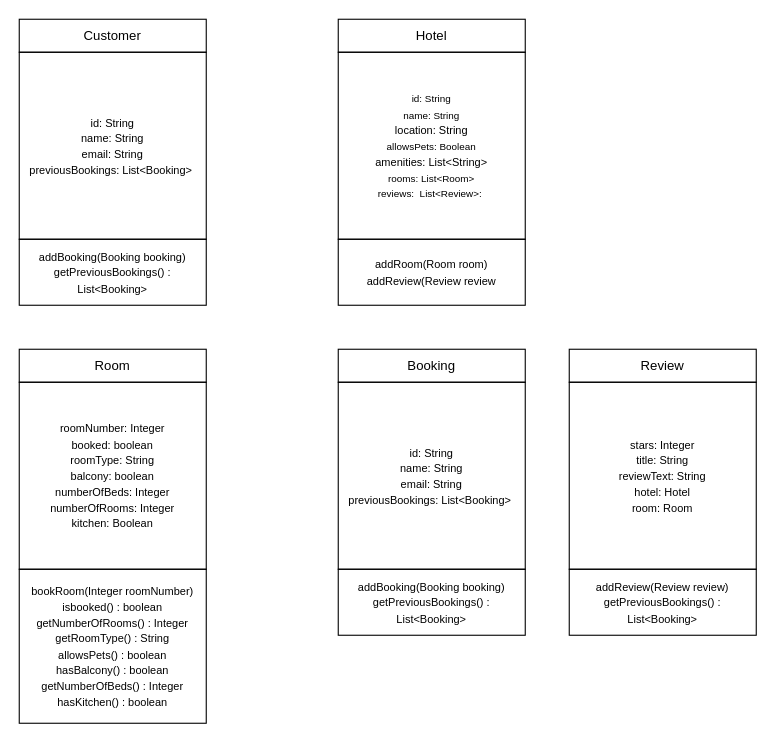
Before: V2/Domain module.drawio in rthor997/HBV401G-Throun_hugbunathar, a draw.io diagram. Source tidied: cells renumbered, new cells numbered last; positions are measured from the earlier drawing's top-left corner, leaving out a move shared by most shapes. Both pictures are drawn from the tidied source at 110%, with x=0, y=0 at pixel (19, 19).
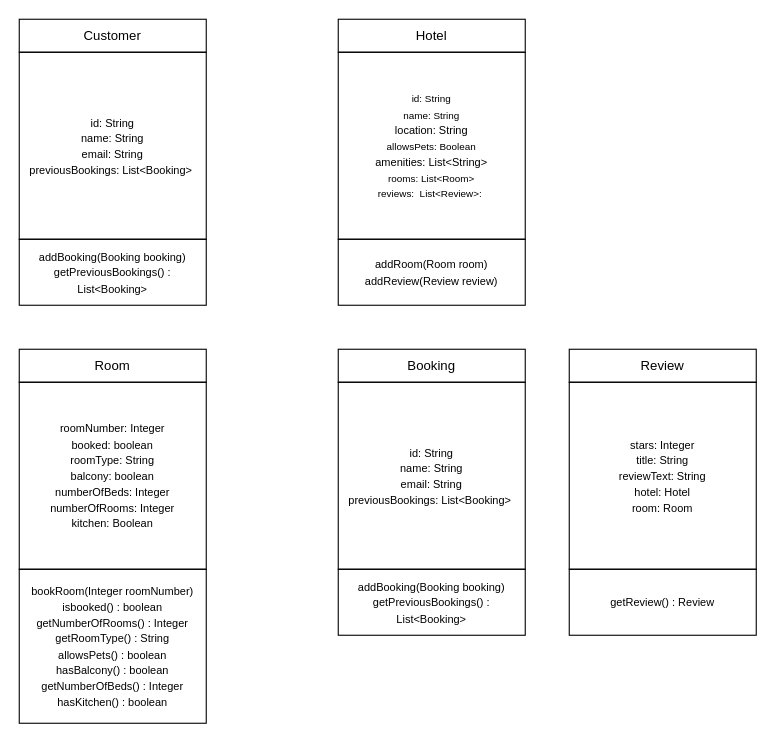
The same diagram, later.

Commit message:
Klárað Review klasann

Diff of the diagram source:
```diff
@@
 <mxGraphModel>
   <root>
     <mxCell id="0" />
     <mxCell id="1" parent="0" />
     <mxCell id="2" value="&lt;font style=&quot;font-size: 10px;&quot;&gt;id: String&lt;/font&gt;&lt;div&gt;&lt;font style=&quot;font-size: 10px;&quot;&gt;&lt;font style=&quot;&quot;&gt;name: String&lt;/font&gt;&lt;br&gt;&lt;/font&gt;&lt;div&gt;&lt;font style=&quot;font-size: 10px;&quot;&gt;email: String&lt;/font&gt;&lt;/div&gt;&lt;div&gt;&lt;font style=&quot;font-size: 10px;&quot;&gt;&lt;span style=&quot;background-color: transparent; color: light-dark(rgb(0, 0, 0), rgb(255, 255, 255));&quot;&gt;previousBookings: List&amp;lt;Booking&amp;gt;&lt;/span&gt;&amp;nbsp;&lt;/font&gt;&lt;/div&gt;&lt;/div&gt;" style="whiteSpace=wrap;html=1;" parent="1" vertex="1">
       <mxGeometry y="30" width="170" height="170" as="geometry" />
     </mxCell>
     <mxCell id="3" value="Customer" style="text;html=1;whiteSpace=wrap;strokeColor=default;fillColor=none;align=center;verticalAlign=middle;rounded=0;" parent="1" vertex="1">
       <mxGeometry width="170" height="30" as="geometry" />
     </mxCell>
     <mxCell id="4" value="&lt;font face=&quot;Helvetica&quot; style=&quot;font-size: 10px;&quot;&gt;addBooking(Booking booking)&lt;/font&gt;&lt;div&gt;&lt;font style=&quot;font-size: 10px;&quot; face=&quot;Helvetica&quot;&gt;getPreviousBookings() : List&amp;lt;Booking&amp;gt;&lt;/font&gt;&lt;span style=&quot;font-family: monospace; font-size: 9px;&quot;&gt;&lt;/span&gt;&lt;/div&gt;" style="text;html=1;whiteSpace=wrap;strokeColor=default;fillColor=none;align=center;verticalAlign=middle;rounded=0;" parent="1" vertex="1">
       <mxGeometry y="200" width="170" height="60" as="geometry" />
     </mxCell>
     <mxCell id="5" value="&lt;font style=&quot;font-size: 9px;&quot;&gt;id: String&lt;/font&gt;&lt;div&gt;&lt;font style=&quot;&quot;&gt;&lt;font style=&quot;font-size: 9px;&quot;&gt;name: String&lt;/font&gt;&lt;/font&gt;&lt;/div&gt;&lt;div&gt;&lt;font style=&quot;&quot;&gt;&lt;font size=&quot;1&quot;&gt;location: String&lt;/font&gt;&lt;/font&gt;&lt;/div&gt;&lt;div&gt;&lt;font style=&quot;font-size: 9px;&quot;&gt;allowsPets: Boolean&lt;/font&gt;&lt;/div&gt;&lt;div&gt;&lt;font style=&quot;&quot;&gt;&lt;font size=&quot;1&quot;&gt;amenities: List&amp;lt;String&amp;gt;&lt;br&gt;&lt;/font&gt;&lt;/font&gt;&lt;div&gt;&lt;font style=&quot;font-size: 9px;&quot;&gt;rooms: List&amp;lt;Room&amp;gt;&lt;/font&gt;&lt;/div&gt;&lt;div&gt;&lt;font style=&quot;font-size: 9px;&quot;&gt;&lt;span style=&quot;background-color: transparent; color: light-dark(rgb(0, 0, 0), rgb(255, 255, 255));&quot;&gt;reviews:&amp;nbsp; List&amp;lt;Review&amp;gt;&lt;/span&gt;:&amp;nbsp;&lt;/font&gt;&lt;/div&gt;&lt;/div&gt;" style="whiteSpace=wrap;html=1;" parent="1" vertex="1">
       <mxGeometry x="290" y="30" width="170" height="170" as="geometry" />
     </mxCell>
     <mxCell id="6" value="Hotel" style="text;html=1;whiteSpace=wrap;strokeColor=default;fillColor=none;align=center;verticalAlign=middle;rounded=0;" parent="1" vertex="1">
       <mxGeometry x="290" width="170" height="30" as="geometry" />
     </mxCell>
-    <mxCell id="7" value="&lt;font face=&quot;Helvetica&quot; style=&quot;font-size: 10px;&quot;&gt;addRoom(Room room)&lt;/font&gt;&lt;div&gt;&lt;font size=&quot;1&quot; face=&quot;Helvetica&quot;&gt;addReview(Review review&lt;/font&gt;&lt;/div&gt;" style="text;html=1;whiteSpace=wrap;strokeColor=default;fillColor=none;align=center;verticalAlign=middle;rounded=0;" parent="1" vertex="1">
+    <mxCell id="7" value="&lt;font face=&quot;Helvetica&quot; style=&quot;font-size: 10px;&quot;&gt;addRoom(Room room)&lt;/font&gt;&lt;div&gt;&lt;font size=&quot;1&quot; face=&quot;Helvetica&quot;&gt;addReview(Review review)&lt;/font&gt;&lt;/div&gt;" style="text;html=1;whiteSpace=wrap;strokeColor=default;fillColor=none;align=center;verticalAlign=middle;rounded=0;" parent="1" vertex="1">
       <mxGeometry x="290" y="200" width="170" height="60" as="geometry" />
     </mxCell>
     <mxCell id="8" value="&lt;font style=&quot;font-size: 10px;&quot;&gt;roomNumber: Integer&lt;/font&gt;&lt;div&gt;&lt;font style=&quot;font-size: 10px;&quot;&gt;&lt;font style=&quot;&quot;&gt;booked: boolean&lt;/font&gt;&lt;br&gt;&lt;/font&gt;&lt;div&gt;&lt;font style=&quot;font-size: 10px;&quot;&gt;roomType: String&lt;/font&gt;&lt;/div&gt;&lt;div&gt;&lt;span style=&quot;font-size: 10px;&quot;&gt;balcony: boolean&lt;/span&gt;&lt;/div&gt;&lt;/div&gt;&lt;div&gt;&lt;span style=&quot;font-size: 10px;&quot;&gt;numberOfBeds: Integer&lt;/span&gt;&lt;/div&gt;&lt;div&gt;&lt;span style=&quot;font-size: 10px;&quot;&gt;numberOfRooms: Integer&lt;/span&gt;&lt;/div&gt;&lt;div&gt;&lt;span style=&quot;font-size: 10px;&quot;&gt;kitchen: Boolean&lt;/span&gt;&lt;/div&gt;" style="whiteSpace=wrap;html=1;" parent="1" vertex="1">
       <mxGeometry y="330" width="170" height="170" as="geometry" />
     </mxCell>
     <mxCell id="9" value="Room" style="text;html=1;whiteSpace=wrap;strokeColor=default;fillColor=none;align=center;verticalAlign=middle;rounded=0;" parent="1" vertex="1">
       <mxGeometry y="300" width="170" height="30" as="geometry" />
     </mxCell>
     <mxCell id="10" value="&lt;font face=&quot;Helvetica&quot; style=&quot;font-size: 10px;&quot;&gt;bookRoom(Integer roomNumber)&lt;/font&gt;&lt;div&gt;&lt;font style=&quot;font-size: 10px;&quot; face=&quot;Helvetica&quot;&gt;isbooked() : boolean&lt;/font&gt;&lt;span style=&quot;font-family: monospace; font-size: 9px;&quot;&gt;&lt;/span&gt;&lt;/div&gt;&lt;div&gt;&lt;font style=&quot;font-size: 10px;&quot; face=&quot;Helvetica&quot;&gt;getNumberOfRooms() : Integer&lt;/font&gt;&lt;/div&gt;&lt;div&gt;&lt;span style=&quot;font-size: 10px;&quot;&gt;getRoomType() : String&lt;/span&gt;&lt;/div&gt;&lt;div&gt;&lt;span style=&quot;font-size: 10px;&quot;&gt;allowsPets() : boolean&lt;/span&gt;&lt;/div&gt;&lt;div&gt;&lt;span style=&quot;font-size: 10px;&quot;&gt;hasBalcony() : boolean&lt;/span&gt;&lt;/div&gt;&lt;div&gt;&lt;span style=&quot;font-size: 10px;&quot;&gt;getNumberOfBeds() : Integer&lt;/span&gt;&lt;/div&gt;&lt;div&gt;&lt;span style=&quot;font-size: 10px;&quot;&gt;hasKitchen() : boolean&lt;/span&gt;&lt;/div&gt;" style="text;html=1;whiteSpace=wrap;strokeColor=default;fillColor=none;align=center;verticalAlign=middle;rounded=0;" parent="1" vertex="1">
       <mxGeometry y="500" width="170" height="140" as="geometry" />
     </mxCell>
     <mxCell id="11" value="&lt;font style=&quot;font-size: 10px;&quot;&gt;id: String&lt;/font&gt;&lt;div&gt;&lt;font style=&quot;font-size: 10px;&quot;&gt;&lt;font style=&quot;&quot;&gt;name: String&lt;/font&gt;&lt;br&gt;&lt;/font&gt;&lt;div&gt;&lt;font style=&quot;font-size: 10px;&quot;&gt;email: String&lt;/font&gt;&lt;/div&gt;&lt;div&gt;&lt;font style=&quot;font-size: 10px;&quot;&gt;&lt;span style=&quot;background-color: transparent; color: light-dark(rgb(0, 0, 0), rgb(255, 255, 255));&quot;&gt;previousBookings: List&amp;lt;Booking&amp;gt;&lt;/span&gt;&amp;nbsp;&lt;/font&gt;&lt;/div&gt;&lt;/div&gt;" style="whiteSpace=wrap;html=1;" parent="1" vertex="1">
       <mxGeometry x="290" y="330" width="170" height="170" as="geometry" />
     </mxCell>
     <mxCell id="12" value="Booking" style="text;html=1;whiteSpace=wrap;strokeColor=default;fillColor=none;align=center;verticalAlign=middle;rounded=0;" parent="1" vertex="1">
       <mxGeometry x="290" y="300" width="170" height="30" as="geometry" />
     </mxCell>
     <mxCell id="13" value="&lt;font face=&quot;Helvetica&quot; style=&quot;font-size: 10px;&quot;&gt;addBooking(Booking booking)&lt;/font&gt;&lt;div&gt;&lt;font style=&quot;font-size: 10px;&quot; face=&quot;Helvetica&quot;&gt;getPreviousBookings() : List&amp;lt;Booking&amp;gt;&lt;/font&gt;&lt;span style=&quot;font-family: monospace; font-size: 9px;&quot;&gt;&lt;/span&gt;&lt;/div&gt;" style="text;html=1;whiteSpace=wrap;strokeColor=default;fillColor=none;align=center;verticalAlign=middle;rounded=0;" parent="1" vertex="1">
       <mxGeometry x="290" y="500" width="170" height="60" as="geometry" />
     </mxCell>
     <mxCell id="14" value="&lt;font style=&quot;font-size: 10px;&quot;&gt;stars: Integer&lt;/font&gt;&lt;div&gt;&lt;font style=&quot;font-size: 10px;&quot;&gt;&lt;font style=&quot;&quot;&gt;title: String&lt;/font&gt;&lt;br&gt;&lt;/font&gt;&lt;div&gt;&lt;font style=&quot;font-size: 10px;&quot;&gt;reviewText: String&lt;/font&gt;&lt;/div&gt;&lt;div&gt;&lt;span style=&quot;font-size: 10px;&quot;&gt;hotel: Hotel&lt;/span&gt;&lt;/div&gt;&lt;/div&gt;&lt;div&gt;&lt;span style=&quot;font-size: 10px;&quot;&gt;room: Room&lt;/span&gt;&lt;/div&gt;" style="whiteSpace=wrap;html=1;" parent="1" vertex="1">
       <mxGeometry x="500" y="330" width="170" height="170" as="geometry" />
     </mxCell>
     <mxCell id="15" value="Review" style="text;html=1;whiteSpace=wrap;strokeColor=default;fillColor=none;align=center;verticalAlign=middle;rounded=0;" parent="1" vertex="1">
       <mxGeometry x="500" y="300" width="170" height="30" as="geometry" />
     </mxCell>
-    <mxCell id="16" value="&lt;font face=&quot;Helvetica&quot; style=&quot;font-size: 10px;&quot;&gt;addReview(Review review)&lt;/font&gt;&lt;div&gt;&lt;font style=&quot;font-size: 10px;&quot; face=&quot;Helvetica&quot;&gt;getPreviousBookings() : List&amp;lt;Booking&amp;gt;&lt;/font&gt;&lt;span style=&quot;font-family: monospace; font-size: 9px;&quot;&gt;&lt;/span&gt;&lt;/div&gt;" style="text;html=1;whiteSpace=wrap;strokeColor=default;fillColor=none;align=center;verticalAlign=middle;rounded=0;" parent="1" vertex="1">
+    <mxCell id="16" value="&lt;span style=&quot;font-size: 10px;&quot;&gt;getReview() : Review&lt;/span&gt;" style="text;html=1;whiteSpace=wrap;strokeColor=default;fillColor=none;align=center;verticalAlign=middle;rounded=0;" parent="1" vertex="1">
       <mxGeometry x="500" y="500" width="170" height="60" as="geometry" />
     </mxCell>
   </root>
 </mxGraphModel>
```
